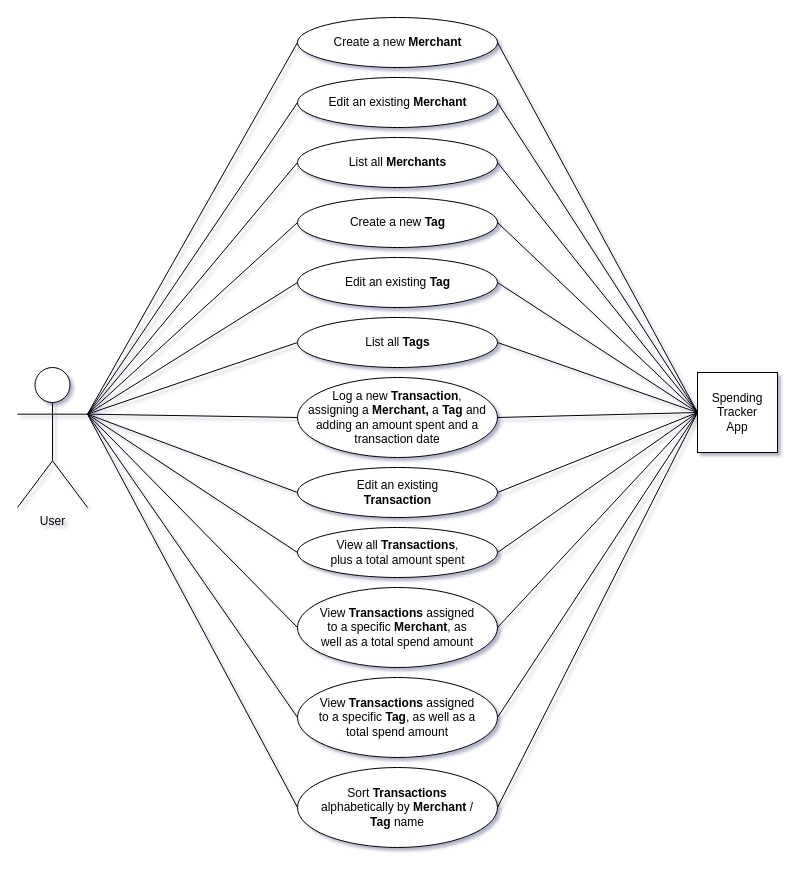
Earlier version of the draw.io diagram week_05_solo_project/use_case_diagram.drawio (Strd79/pda_screenshots). Source tidied: cells renumbered, new cells numbered last; positions are measured from the earlier drawing's top-left corner, leaving out a move shared by most shapes. Both pictures are drawn from the tidied source at 100%, with x=0, y=0 at pixel (17, 17).
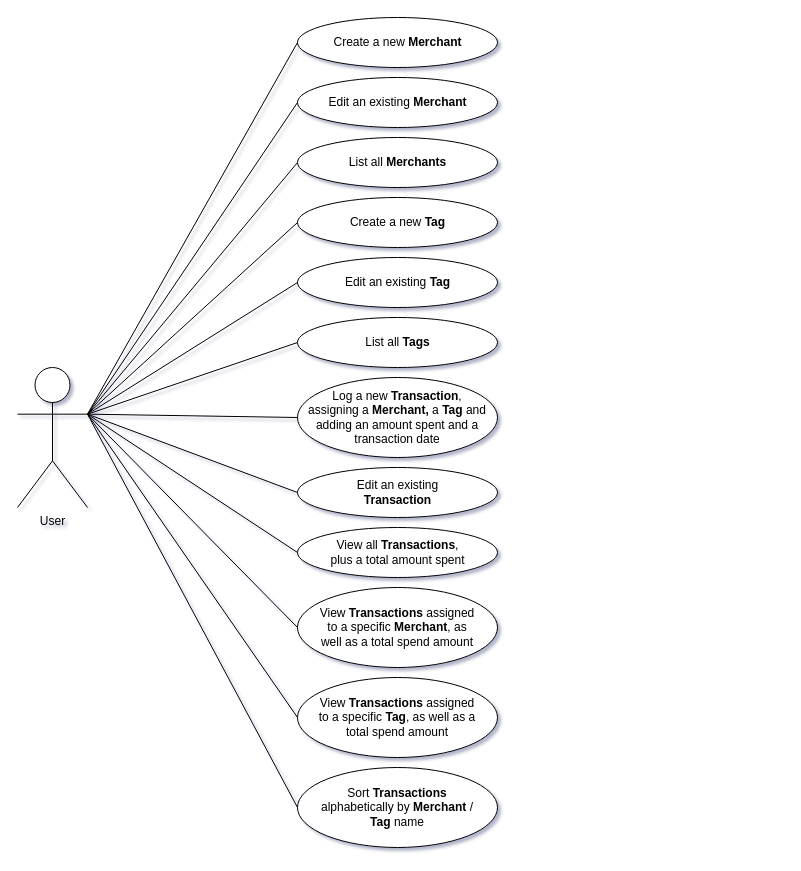
The same diagram, later.

Unchanged cells that the change refers to:
```xml
<mxCell id="2" style="ellipse;whiteSpace=wrap;html=1;" parent="1" vertex="1">
  <mxGeometry x="280" width="200" height="50" as="geometry" />
</mxCell>
<mxCell id="4" style="ellipse;whiteSpace=wrap;html=1;" parent="1" vertex="1">
  <mxGeometry x="280" y="180" width="200" height="50" as="geometry" />
</mxCell>
<mxCell id="6" style="ellipse;whiteSpace=wrap;html=1;" parent="1" vertex="1">
  <mxGeometry x="280" y="60" width="200" height="50" as="geometry" />
</mxCell>
<mxCell id="8" style="ellipse;whiteSpace=wrap;html=1;" parent="1" vertex="1">
  <mxGeometry x="280" y="240" width="200" height="50" as="geometry" />
</mxCell>
<mxCell id="10" style="ellipse;whiteSpace=wrap;html=1;" parent="1" vertex="1">
  <mxGeometry x="280" y="510" width="200" height="50" as="geometry" />
</mxCell>
<mxCell id="12" style="ellipse;whiteSpace=wrap;html=1;" parent="1" vertex="1">
  <mxGeometry x="280" y="360" width="200" height="80" as="geometry" />
</mxCell>
<mxCell id="14" style="ellipse;whiteSpace=wrap;html=1;" parent="1" vertex="1">
  <mxGeometry x="280" y="570" width="200" height="80" as="geometry" />
</mxCell>
<mxCell id="16" style="ellipse;whiteSpace=wrap;html=1;" parent="1" vertex="1">
  <mxGeometry x="280" y="660" width="200" height="80" as="geometry" />
</mxCell>
<mxCell id="18" style="ellipse;whiteSpace=wrap;html=1;" parent="1" vertex="1">
  <mxGeometry x="280" y="750" width="200" height="80" as="geometry" />
</mxCell>
<mxCell id="47" style="ellipse;whiteSpace=wrap;html=1;" parent="1" vertex="1">
  <mxGeometry x="280" y="450" width="200" height="50" as="geometry" />
</mxCell>
<mxCell id="49" style="ellipse;whiteSpace=wrap;html=1;" parent="1" vertex="1">
  <mxGeometry x="280" y="120" width="200" height="50" as="geometry" />
</mxCell>
<mxCell id="51" style="ellipse;whiteSpace=wrap;html=1;" parent="1" vertex="1">
  <mxGeometry x="280" y="300" width="200" height="50" as="geometry" />
</mxCell>
```

What changed in the source:
```diff
@@
-    <mxCell id="33" style="edgeStyle=none;rounded=0;jettySize=auto;html=1;exitX=0;exitY=0.5;exitDx=0;exitDy=0;startArrow=none;startFill=0;endArrow=none;endFill=0;entryX=1;entryY=0.5;entryDx=0;entryDy=0;" parent="1" edge="1" source="45" target="2">
-      <mxGeometry relative="1" as="geometry" />
-    </mxCell>
-    <mxCell id="34" style="edgeStyle=none;rounded=0;jettySize=auto;html=1;exitX=0;exitY=0.5;exitDx=0;exitDy=0;entryX=1;entryY=0.5;entryDx=0;entryDy=0;startArrow=none;startFill=0;endArrow=none;endFill=0;" parent="1" edge="1" source="45" target="6">
-      <mxGeometry relative="1" as="geometry" />
-    </mxCell>
-    <mxCell id="35" style="edgeStyle=none;rounded=0;jettySize=auto;html=1;exitX=0;exitY=0.5;exitDx=0;exitDy=0;entryX=1;entryY=0.5;entryDx=0;entryDy=0;startArrow=none;startFill=0;endArrow=none;endFill=0;" parent="1" edge="1" source="45" target="4">
-      <mxGeometry relative="1" as="geometry" />
-    </mxCell>
-    <mxCell id="36" style="edgeStyle=none;rounded=0;jettySize=auto;html=1;exitX=0;exitY=0.5;exitDx=0;exitDy=0;entryX=1;entryY=0.5;entryDx=0;entryDy=0;startArrow=none;startFill=0;endArrow=none;endFill=0;" parent="1" edge="1" source="45" target="8">
-      <mxGeometry relative="1" as="geometry" />
-    </mxCell>
-    <mxCell id="37" style="edgeStyle=none;rounded=0;jettySize=auto;html=1;exitX=0;exitY=0.5;exitDx=0;exitDy=0;entryX=1;entryY=0.5;entryDx=0;entryDy=0;startArrow=none;startFill=0;endArrow=none;endFill=0;" parent="1" edge="1" source="45" target="12">
-      <mxGeometry relative="1" as="geometry" />
-    </mxCell>
-    <mxCell id="38" style="edgeStyle=none;rounded=0;jettySize=auto;html=1;exitX=0;exitY=0.5;exitDx=0;exitDy=0;entryX=1;entryY=0.5;entryDx=0;entryDy=0;startArrow=none;startFill=0;endArrow=none;endFill=0;" parent="1" edge="1" source="45" target="10">
-      <mxGeometry relative="1" as="geometry" />
-    </mxCell>
-    <mxCell id="39" style="edgeStyle=none;rounded=0;jettySize=auto;html=1;exitX=0;exitY=0.5;exitDx=0;exitDy=0;entryX=1;entryY=0.5;entryDx=0;entryDy=0;startArrow=none;startFill=0;endArrow=none;endFill=0;" parent="1" edge="1" source="45" target="14">
-      <mxGeometry relative="1" as="geometry" />
-    </mxCell>
-    <mxCell id="40" style="edgeStyle=none;rounded=0;jettySize=auto;html=1;exitX=0;exitY=0.5;exitDx=0;exitDy=0;entryX=1;entryY=0.5;entryDx=0;entryDy=0;startArrow=none;startFill=0;endArrow=none;endFill=0;" parent="1" edge="1" source="45" target="16">
-      <mxGeometry relative="1" as="geometry" />
-    </mxCell>
-    <mxCell id="41" style="edgeStyle=none;rounded=0;jettySize=auto;html=1;exitX=0;exitY=0.5;exitDx=0;exitDy=0;entryX=1;entryY=0.5;entryDx=0;entryDy=0;startArrow=none;startFill=0;endArrow=none;endFill=0;" parent="1" edge="1" source="45" target="18">
-      <mxGeometry relative="1" as="geometry" />
-    </mxCell>
-    <mxCell id="42" style="edgeStyle=none;rounded=0;jettySize=auto;html=1;exitX=0;exitY=0.5;exitDx=0;exitDy=0;entryX=1;entryY=0.5;entryDx=0;entryDy=0;startArrow=none;startFill=0;endArrow=none;endFill=0;" parent="1" edge="1" source="45" target="47">
-      <mxGeometry relative="1" as="geometry" />
-    </mxCell>
-    <mxCell id="43" style="edgeStyle=none;rounded=0;jettySize=auto;html=1;exitX=0;exitY=0.5;exitDx=0;exitDy=0;entryX=1;entryY=0.5;entryDx=0;entryDy=0;startArrow=none;startFill=0;endArrow=none;endFill=0;" parent="1" edge="1" source="45" target="49">
-      <mxGeometry relative="1" as="geometry" />
-    </mxCell>
-    <mxCell id="44" style="edgeStyle=none;rounded=0;jettySize=auto;html=1;exitX=0;exitY=0.5;exitDx=0;exitDy=0;entryX=1;entryY=0.5;entryDx=0;entryDy=0;startArrow=none;startFill=0;endArrow=none;endFill=0;" parent="1" edge="1" source="45" target="51">
-      <mxGeometry relative="1" as="geometry" />
-    </mxCell>
-    <mxCell id="45" style="whiteSpace=wrap;html=1;" parent="1" vertex="1">
-      <mxGeometry x="680" y="355" width="80" height="80" as="geometry" />
-    </mxCell>
-    <mxCell id="46" value="Spending Tracker App" style="text;html=1;strokeColor=none;fillColor=none;align=center;verticalAlign=middle;whiteSpace=wrap;rounded=0;" parent="1" vertex="1">
-      <mxGeometry x="690" y="360" width="60" height="70" as="geometry" />
-    </mxCell>
```
